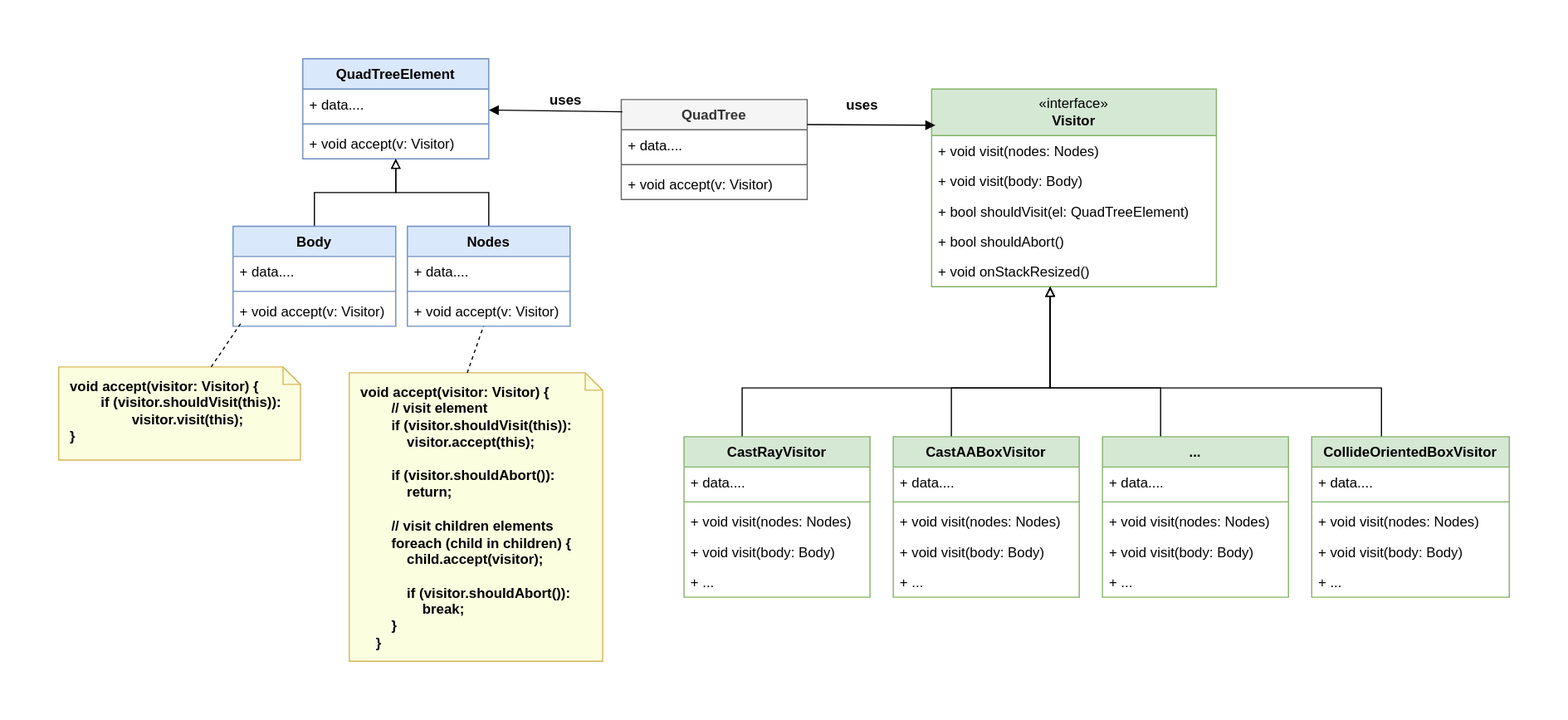
The draw.io diagram analysis/patterns/images/VisitorUML.svg in SwDA-Team20/Project-Team20, before a commit. Source tidied: cells renumbered, new cells last; positions are measured from the earlier drawing's top-left corner, leaving out a move shared by most shapes.
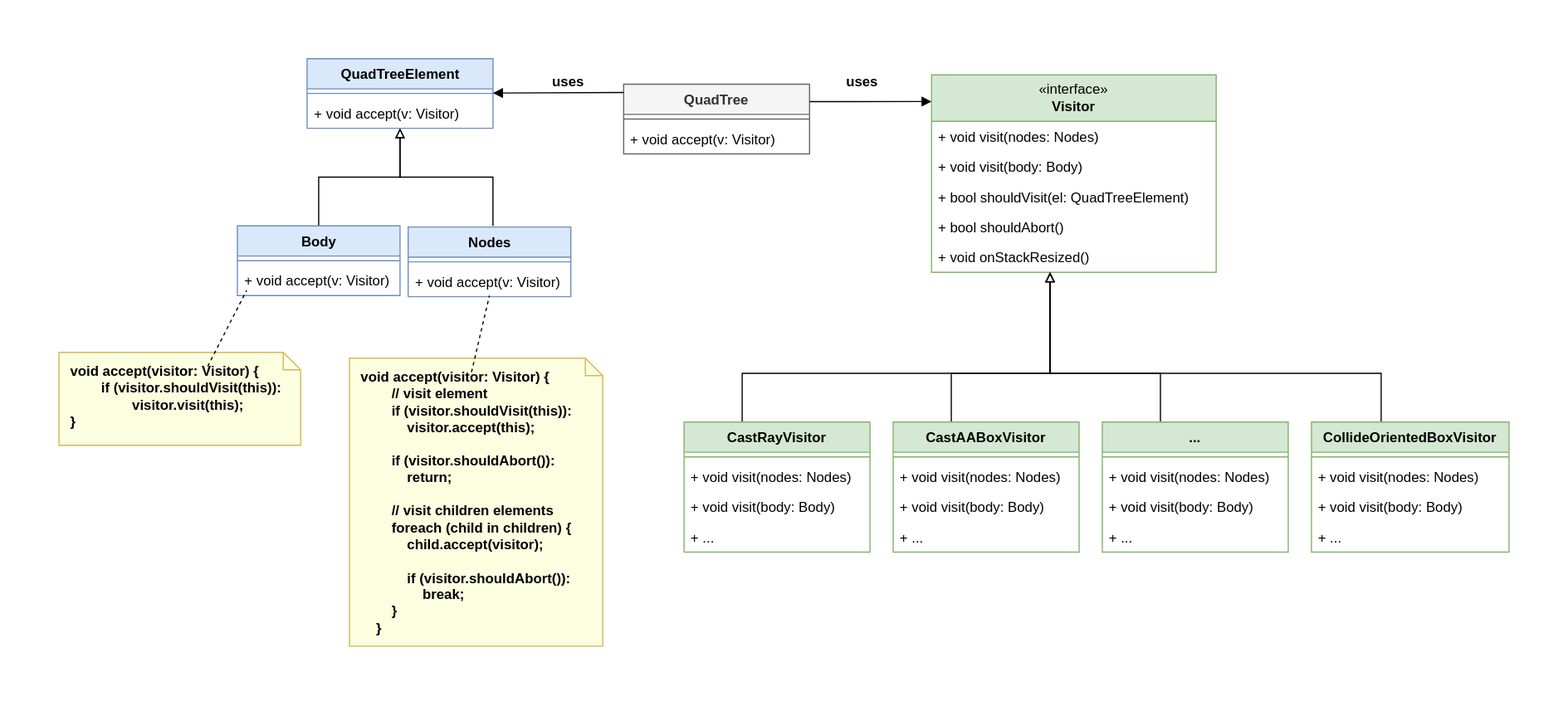
After the commit.

Commit message:
Added composite UML, edited visitor UML and added an additional consideration about composite pattern

The edit, as a diff of the source:
```diff
@@ -5,12 +5,9 @@
     <mxCell id="2" value="QuadTreeElement" style="swimlane;fontStyle=1;align=center;verticalAlign=top;horizontal=1;startSize=26;whiteSpace=wrap;html=1;fillColor=#dae8fc;strokeColor=#6c8ebf;" parent="1" vertex="1">
-      <mxGeometry x="210" width="160" height="86" as="geometry" />
+      <mxGeometry x="213.5" y="12" width="160" height="60" as="geometry" />
     </mxCell>
-    <mxCell id="3" value="+ data...." style="text;strokeColor=none;fillColor=none;align=left;verticalAlign=top;spacingLeft=4;spacingRight=4;overflow=hidden;whiteSpace=wrap;html=1;" parent="2" vertex="1">
-      <mxGeometry y="26" width="160" height="26" as="geometry" />
-    </mxCell>
     <mxCell id="4" style="line;strokeWidth=1;fillColor=none;align=left;verticalAlign=middle;spacingTop=-1;spacingLeft=3;spacingRight=3;labelPosition=right;strokeColor=inherit;" parent="2" vertex="1">
-      <mxGeometry y="52" width="160" height="8" as="geometry" />
+      <mxGeometry y="26" width="160" height="8" as="geometry" />
     </mxCell>
     <mxCell id="5" value="+ void accept(v: Visitor)" style="text;strokeColor=none;fillColor=none;align=left;verticalAlign=top;spacingLeft=4;spacingRight=4;overflow=hidden;whiteSpace=wrap;html=1;" parent="2" vertex="1">
-      <mxGeometry y="60" width="160" height="26" as="geometry" />
+      <mxGeometry y="34" width="160" height="26" as="geometry" />
     </mxCell>
@@ -38,27 +35,23 @@
     <mxCell id="13" value="Body" style="swimlane;fontStyle=1;align=center;verticalAlign=top;horizontal=1;startSize=26;whiteSpace=wrap;html=1;fillColor=#dae8fc;strokeColor=#6c8ebf;" parent="1" vertex="1">
-      <mxGeometry x="150" y="144" width="140" height="86" as="geometry" />
+      <mxGeometry x="153.5" y="156" width="140" height="60" as="geometry" />
     </mxCell>
-    <mxCell id="14" value="+ data...." style="text;strokeColor=none;fillColor=none;align=left;verticalAlign=top;spacingLeft=4;spacingRight=4;overflow=hidden;whiteSpace=wrap;html=1;" parent="13" vertex="1">
-      <mxGeometry y="26" width="140" height="26" as="geometry" />
-    </mxCell>
     <mxCell id="15" style="line;strokeWidth=1;fillColor=none;align=left;verticalAlign=middle;spacingTop=-1;spacingLeft=3;spacingRight=3;labelPosition=right;strokeColor=inherit;" parent="13" vertex="1">
-      <mxGeometry y="52" width="140" height="8" as="geometry" />
+      <mxGeometry y="26" width="140" height="8" as="geometry" />
     </mxCell>
     <mxCell id="16" value="+ void accept(v: Visitor)" style="text;strokeColor=none;fillColor=none;align=left;verticalAlign=top;spacingLeft=4;spacingRight=4;overflow=hidden;points=[[0,0.5],[1,0.5]];portConstraint=eastwest;whiteSpace=wrap;html=1;" parent="13" vertex="1">
-      <mxGeometry y="60" width="140" height="26" as="geometry" />
+      <mxGeometry y="34" width="140" height="26" as="geometry" />
     </mxCell>
-    <mxCell id="17" style="edgeStyle=orthogonalEdgeStyle;rounded=0;jettySize=auto;html=1;endArrow=block;endFill=0;" parent="1" edge="1" source="18" target="2">
-      <mxGeometry relative="1" as="geometry" />
+    <mxCell id="17" style="edgeStyle=orthogonalEdgeStyle;rounded=0;jettySize=auto;html=1;endArrow=block;endFill=0;" parent="1" edge="1" target="2">
+      <mxGeometry relative="1" as="geometry">
+        <mxPoint x="373.5" y="156" as="sourcePoint" />
+      </mxGeometry>
     </mxCell>
     <mxCell id="18" value="Nodes" style="swimlane;fontStyle=1;align=center;verticalAlign=top;horizontal=1;startSize=26;whiteSpace=wrap;html=1;fillColor=#dae8fc;strokeColor=#6c8ebf;" parent="1" vertex="1">
-      <mxGeometry x="300" y="144" width="140" height="86" as="geometry" />
+      <mxGeometry x="300.5" y="157" width="140" height="60" as="geometry" />
     </mxCell>
-    <mxCell id="19" value="+ data...." style="text;strokeColor=none;fillColor=none;align=left;verticalAlign=top;spacingLeft=4;spacingRight=4;overflow=hidden;whiteSpace=wrap;html=1;" parent="18" vertex="1">
-      <mxGeometry y="26" width="140" height="26" as="geometry" />
-    </mxCell>
     <mxCell id="20" style="line;strokeWidth=1;fillColor=none;align=left;verticalAlign=middle;spacingTop=-1;spacingLeft=3;spacingRight=3;labelPosition=right;strokeColor=inherit;" parent="18" vertex="1">
-      <mxGeometry y="52" width="140" height="8" as="geometry" />
+      <mxGeometry y="26" width="140" height="8" as="geometry" />
     </mxCell>
     <mxCell id="21" value="+ void accept(v: Visitor)" style="text;strokeColor=none;fillColor=none;align=left;verticalAlign=top;spacingLeft=4;spacingRight=4;overflow=hidden;points=[[0,0.5],[1,0.5]];portConstraint=eastwest;whiteSpace=wrap;html=1;" parent="18" vertex="1">
-      <mxGeometry y="60" width="140" height="26" as="geometry" />
+      <mxGeometry y="34" width="140" height="26" as="geometry" />
     </mxCell>
@@ -73,18 +66,15 @@
     <mxCell id="23" value="CastRayVisitor" style="swimlane;fontStyle=1;align=center;verticalAlign=top;horizontal=1;startSize=26;whiteSpace=wrap;html=1;fillColor=#d5e8d4;strokeColor=#82b366;" parent="1" vertex="1">
-      <mxGeometry x="538" y="325" width="160" height="138" as="geometry" />
+      <mxGeometry x="538" y="325" width="160" height="112" as="geometry" />
     </mxCell>
-    <mxCell id="24" value="+ data...." style="text;strokeColor=none;fillColor=none;align=left;verticalAlign=top;spacingLeft=4;spacingRight=4;overflow=hidden;whiteSpace=wrap;html=1;" parent="23" vertex="1">
-      <mxGeometry y="26" width="160" height="26" as="geometry" />
-    </mxCell>
     <mxCell id="25" style="line;strokeWidth=1;fillColor=none;align=left;verticalAlign=middle;spacingTop=-1;spacingLeft=3;spacingRight=3;labelPosition=right;strokeColor=inherit;" parent="23" vertex="1">
-      <mxGeometry y="52" width="160" height="8" as="geometry" />
+      <mxGeometry y="26" width="160" height="8" as="geometry" />
     </mxCell>
     <mxCell id="26" value="+ void visit(nodes: Nodes)" style="text;strokeColor=none;fillColor=none;align=left;verticalAlign=top;spacingLeft=4;spacingRight=4;overflow=hidden;whiteSpace=wrap;html=1;" parent="23" vertex="1">
-      <mxGeometry y="60" width="160" height="26" as="geometry" />
+      <mxGeometry y="34" width="160" height="26" as="geometry" />
     </mxCell>
     <mxCell id="27" value="+ void visit(body: Body)" style="text;strokeColor=none;fillColor=none;align=left;verticalAlign=top;spacingLeft=4;spacingRight=4;overflow=hidden;whiteSpace=wrap;html=1;" parent="23" vertex="1">
-      <mxGeometry y="86" width="160" height="26" as="geometry" />
+      <mxGeometry y="60" width="160" height="26" as="geometry" />
     </mxCell>
     <mxCell id="28" value="&lt;div&gt;+ ...&lt;/div&gt;" style="text;strokeColor=none;fillColor=none;align=left;verticalAlign=top;spacingLeft=4;spacingRight=4;overflow=hidden;whiteSpace=wrap;html=1;" parent="23" vertex="1">
-      <mxGeometry y="112" width="160" height="26" as="geometry" />
+      <mxGeometry y="86" width="160" height="26" as="geometry" />
     </mxCell>
@@ -99,18 +89,15 @@
     <mxCell id="30" value="CastAABoxVisitor" style="swimlane;fontStyle=1;align=center;verticalAlign=top;horizontal=1;startSize=26;whiteSpace=wrap;html=1;fillColor=#d5e8d4;strokeColor=#82b366;" parent="1" vertex="1">
-      <mxGeometry x="718" y="325" width="160" height="138" as="geometry" />
+      <mxGeometry x="718" y="325" width="160" height="112" as="geometry" />
     </mxCell>
-    <mxCell id="31" value="+ data...." style="text;strokeColor=none;fillColor=none;align=left;verticalAlign=top;spacingLeft=4;spacingRight=4;overflow=hidden;whiteSpace=wrap;html=1;" parent="30" vertex="1">
-      <mxGeometry y="26" width="160" height="26" as="geometry" />
-    </mxCell>
     <mxCell id="32" style="line;strokeWidth=1;fillColor=none;align=left;verticalAlign=middle;spacingTop=-1;spacingLeft=3;spacingRight=3;labelPosition=right;strokeColor=inherit;" parent="30" vertex="1">
-      <mxGeometry y="52" width="160" height="8" as="geometry" />
+      <mxGeometry y="26" width="160" height="8" as="geometry" />
     </mxCell>
     <mxCell id="33" value="+ void visit(nodes: Nodes)" style="text;strokeColor=none;fillColor=none;align=left;verticalAlign=top;spacingLeft=4;spacingRight=4;overflow=hidden;whiteSpace=wrap;html=1;" parent="30" vertex="1">
-      <mxGeometry y="60" width="160" height="26" as="geometry" />
+      <mxGeometry y="34" width="160" height="26" as="geometry" />
     </mxCell>
     <mxCell id="34" value="+ void visit(body: Body)" style="text;strokeColor=none;fillColor=none;align=left;verticalAlign=top;spacingLeft=4;spacingRight=4;overflow=hidden;whiteSpace=wrap;html=1;" parent="30" vertex="1">
-      <mxGeometry y="86" width="160" height="26" as="geometry" />
+      <mxGeometry y="60" width="160" height="26" as="geometry" />
     </mxCell>
     <mxCell id="35" value="+ ..." style="text;strokeColor=none;fillColor=none;align=left;verticalAlign=top;spacingLeft=4;spacingRight=4;overflow=hidden;whiteSpace=wrap;html=1;" parent="30" vertex="1">
-      <mxGeometry y="112" width="160" height="26" as="geometry" />
+      <mxGeometry y="86" width="160" height="26" as="geometry" />
     </mxCell>
@@ -125,18 +112,15 @@
     <mxCell id="37" value="..." style="swimlane;fontStyle=1;align=center;verticalAlign=top;horizontal=1;startSize=26;whiteSpace=wrap;html=1;fillColor=#d5e8d4;strokeColor=#82b366;" parent="1" vertex="1">
-      <mxGeometry x="898" y="325" width="160" height="138" as="geometry" />
+      <mxGeometry x="898" y="325" width="160" height="112" as="geometry" />
     </mxCell>
-    <mxCell id="38" value="+ data...." style="text;strokeColor=none;fillColor=none;align=left;verticalAlign=top;spacingLeft=4;spacingRight=4;overflow=hidden;whiteSpace=wrap;html=1;" parent="37" vertex="1">
-      <mxGeometry y="26" width="160" height="26" as="geometry" />
-    </mxCell>
     <mxCell id="39" style="line;strokeWidth=1;fillColor=none;align=left;verticalAlign=middle;spacingTop=-1;spacingLeft=3;spacingRight=3;labelPosition=right;strokeColor=inherit;" parent="37" vertex="1">
-      <mxGeometry y="52" width="160" height="8" as="geometry" />
+      <mxGeometry y="26" width="160" height="8" as="geometry" />
     </mxCell>
     <mxCell id="40" value="+ void visit(nodes: Nodes)" style="text;strokeColor=none;fillColor=none;align=left;verticalAlign=top;spacingLeft=4;spacingRight=4;overflow=hidden;whiteSpace=wrap;html=1;" parent="37" vertex="1">
-      <mxGeometry y="60" width="160" height="26" as="geometry" />
+      <mxGeometry y="34" width="160" height="26" as="geometry" />
     </mxCell>
     <mxCell id="41" value="+ void visit(body: Body)" style="text;strokeColor=none;fillColor=none;align=left;verticalAlign=top;spacingLeft=4;spacingRight=4;overflow=hidden;whiteSpace=wrap;html=1;" parent="37" vertex="1">
-      <mxGeometry y="86" width="160" height="26" as="geometry" />
+      <mxGeometry y="60" width="160" height="26" as="geometry" />
     </mxCell>
     <mxCell id="42" value="+ ..." style="text;strokeColor=none;fillColor=none;align=left;verticalAlign=top;spacingLeft=4;spacingRight=4;overflow=hidden;whiteSpace=wrap;html=1;" parent="37" vertex="1">
-      <mxGeometry y="112" width="160" height="26" as="geometry" />
+      <mxGeometry y="86" width="160" height="26" as="geometry" />
     </mxCell>
@@ -151,35 +135,29 @@
     <mxCell id="44" value="CollideOrientedBoxVisitor" style="swimlane;fontStyle=1;align=center;verticalAlign=top;horizontal=1;startSize=26;whiteSpace=wrap;html=1;fillColor=#d5e8d4;strokeColor=#82b366;" parent="1" vertex="1">
-      <mxGeometry x="1078" y="325" width="170" height="138" as="geometry" />
+      <mxGeometry x="1078" y="325" width="170" height="112" as="geometry" />
     </mxCell>
-    <mxCell id="45" value="+ data...." style="text;strokeColor=none;fillColor=none;align=left;verticalAlign=top;spacingLeft=4;spacingRight=4;overflow=hidden;whiteSpace=wrap;html=1;" parent="44" vertex="1">
-      <mxGeometry y="26" width="170" height="26" as="geometry" />
-    </mxCell>
     <mxCell id="46" style="line;strokeWidth=1;fillColor=none;align=left;verticalAlign=middle;spacingTop=-1;spacingLeft=3;spacingRight=3;labelPosition=right;strokeColor=inherit;" parent="44" vertex="1">
-      <mxGeometry y="52" width="170" height="8" as="geometry" />
+      <mxGeometry y="26" width="170" height="8" as="geometry" />
     </mxCell>
     <mxCell id="47" value="+ void visit(nodes: Nodes)" style="text;strokeColor=none;fillColor=none;align=left;verticalAlign=top;spacingLeft=4;spacingRight=4;overflow=hidden;whiteSpace=wrap;html=1;" parent="44" vertex="1">
-      <mxGeometry y="60" width="170" height="26" as="geometry" />
+      <mxGeometry y="34" width="170" height="26" as="geometry" />
     </mxCell>
     <mxCell id="48" value="+ void visit(body: Body)" style="text;strokeColor=none;fillColor=none;align=left;verticalAlign=top;spacingLeft=4;spacingRight=4;overflow=hidden;whiteSpace=wrap;html=1;" parent="44" vertex="1">
-      <mxGeometry y="86" width="170" height="26" as="geometry" />
+      <mxGeometry y="60" width="170" height="26" as="geometry" />
     </mxCell>
     <mxCell id="49" value="+ ..." style="text;strokeColor=none;fillColor=none;align=left;verticalAlign=top;spacingLeft=4;spacingRight=4;overflow=hidden;whiteSpace=wrap;html=1;" parent="44" vertex="1">
-      <mxGeometry y="112" width="170" height="26" as="geometry" />
+      <mxGeometry y="86" width="170" height="26" as="geometry" />
     </mxCell>
     <mxCell id="50" value="QuadTree" style="swimlane;fontStyle=1;align=center;verticalAlign=top;horizontal=1;startSize=26;whiteSpace=wrap;html=1;fillColor=#f5f5f5;strokeColor=#666666;fontColor=#333333;" parent="1" vertex="1">
-      <mxGeometry x="484" y="35" width="160" height="86" as="geometry" />
+      <mxGeometry x="486" y="34" width="160" height="60" as="geometry" />
     </mxCell>
-    <mxCell id="51" value="+ data...." style="text;strokeColor=none;fillColor=none;align=left;verticalAlign=top;spacingLeft=4;spacingRight=4;overflow=hidden;whiteSpace=wrap;html=1;" parent="50" vertex="1">
-      <mxGeometry y="26" width="160" height="26" as="geometry" />
-    </mxCell>
     <mxCell id="52" style="line;strokeWidth=1;fillColor=none;align=left;verticalAlign=middle;spacingTop=-1;spacingLeft=3;spacingRight=3;labelPosition=right;strokeColor=inherit;" parent="50" vertex="1">
-      <mxGeometry y="52" width="160" height="8" as="geometry" />
+      <mxGeometry y="26" width="160" height="8" as="geometry" />
     </mxCell>
     <mxCell id="53" value="+ void accept(v: Visitor)" style="text;strokeColor=none;fillColor=none;align=left;verticalAlign=top;spacingLeft=4;spacingRight=4;overflow=hidden;whiteSpace=wrap;html=1;" parent="50" vertex="1">
-      <mxGeometry y="60" width="160" height="26" as="geometry" />
+      <mxGeometry y="34" width="160" height="26" as="geometry" />
     </mxCell>
-    <mxCell id="54" value="uses" style="html=1;verticalAlign=bottom;endArrow=block;rounded=0;fontFamily=Helvetica;fontSize=12;fontColor=default;fontStyle=1;horizontal=1;exitX=0.006;exitY=0.123;exitDx=0;exitDy=0;exitPerimeter=0;" parent="1" edge="1" source="50" target="2">
+    <mxCell id="54" value="uses" style="html=1;verticalAlign=bottom;endArrow=block;rounded=0;fontFamily=Helvetica;fontSize=12;fontColor=default;fontStyle=1;horizontal=1;exitX=0;exitY=0.12;exitDx=0;exitDy=0;exitPerimeter=0;" parent="1" edge="1" source="50" target="2">
       <mxGeometry x="-0.14" relative="1" as="geometry" />
     </mxCell>
-    <mxCell id="55" value="uses" style="html=1;verticalAlign=bottom;endArrow=block;rounded=0;fontFamily=Helvetica;fontSize=12;fontColor=default;fontStyle=1;horizontal=1;exitX=1;exitY=0.25;exitDx=0;exitDy=0;entryX=0.013;entryY=0.183;entryDx=0;entryDy=0;entryPerimeter=0;" parent="1" edge="1" source="50" target="6">
+    <mxCell id="55" value="uses" style="html=1;verticalAlign=bottom;endArrow=block;rounded=0;fontFamily=Helvetica;fontSize=12;fontColor=default;fontStyle=1;horizontal=1;exitX=1;exitY=0.25;exitDx=0;exitDy=0;entryX=0;entryY=0.135;entryDx=0;entryDy=0;entryPerimeter=0;" parent="1" edge="1" source="50" target="6">
       <mxGeometry x="-0.14" y="8" relative="1" as="geometry" />
@@ -189,4 +167,6 @@
     </mxCell>
-    <mxCell id="57" style="rounded=0;endArrow=none;dashed=1;html=1;fontFamily=Helvetica;fontSize=12;fontColor=default;fontStyle=1;horizontal=1;entryX=0.057;entryY=0.829;entryDx=0;entryDy=0;entryPerimeter=0;" parent="1" edge="1" source="56" target="16">
-      <mxGeometry relative="1" as="geometry" />
+    <mxCell id="57" style="rounded=0;endArrow=none;dashed=1;html=1;fontFamily=Helvetica;fontSize=12;fontColor=default;fontStyle=1;horizontal=1;entryX=0.057;entryY=0.829;entryDx=0;entryDy=0;entryPerimeter=0;" parent="1" edge="1" target="16">
+      <mxGeometry relative="1" as="geometry">
+        <mxPoint x="128" y="277" as="sourcePoint" />
+      </mxGeometry>
     </mxCell>
@@ -195,4 +175,7 @@
     </mxCell>
-    <mxCell id="59" style="rounded=0;endArrow=none;dashed=1;html=1;fontFamily=Helvetica;fontSize=12;fontColor=default;fontStyle=1;horizontal=1;exitX=0;exitY=0;exitDx=101.5;exitDy=0;exitPerimeter=0;" parent="1" edge="1" source="58" target="21">
-      <mxGeometry relative="1" as="geometry" />
+    <mxCell id="59" style="rounded=0;endArrow=none;dashed=1;html=1;fontFamily=Helvetica;fontSize=12;fontColor=default;fontStyle=1;horizontal=1;exitX=0;exitY=0;exitDx=101.5;exitDy=0;exitPerimeter=0;" parent="1" edge="1">
+      <mxGeometry relative="1" as="geometry">
+        <mxPoint x="355" y="282" as="sourcePoint" />
+        <mxPoint x="370.5" y="216" as="targetPoint" />
+      </mxGeometry>
     </mxCell>
```
